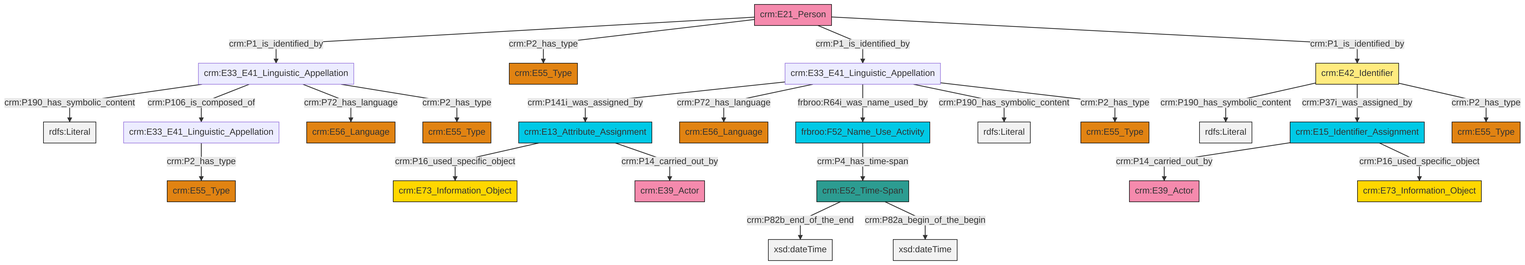
Before: et/personCSV/ttl/mmd/png/Person_Names_and_Classification.png, a diagram exported from Mermaid (swiss-art-research-net/reference-data-models). Its source is kept beside it as et/personCSV/ttl/mmd/Person_Names_and_Classification.ttl.mmd.
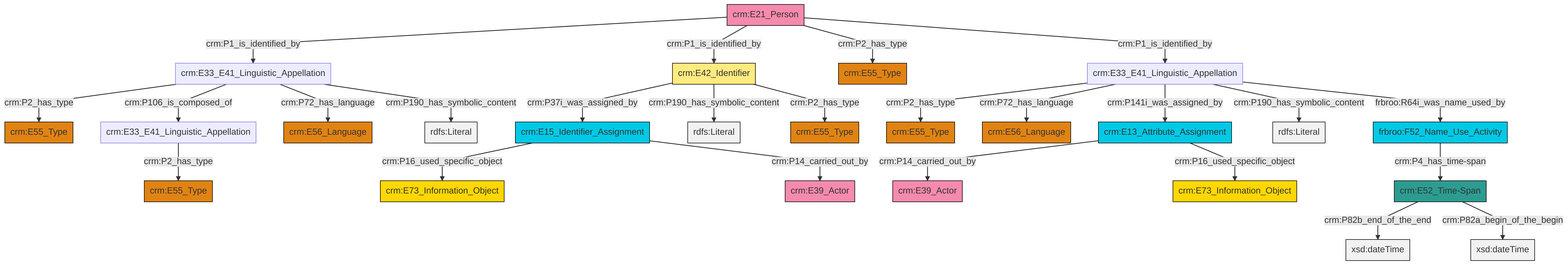
The same diagram one commit later.

Change to the diagram source:
```diff
@@ -13,27 +13,27 @@
 classDef PC_Classes fill:#4ce600, stroke:#000000;
 classDef Multi fill:#cccccc,stroke:#000000;
 
-0["crm:E42_Identifier"]:::Appellation -->|crm:P190_has_symbolic_content| 1[rdfs:Literal]:::Literal
-4["crm:E13_Attribute_Assignment"]:::Temporal_Entity -->|crm:P16_used_specific_object| 5["crm:E73_Information_Object"]:::Conceptual_Object
-6["crm:E15_Identifier_Assignment"]:::Temporal_Entity -->|crm:P14_carried_out_by| 7["crm:E39_Actor"]:::Actor
-0["crm:E42_Identifier"]:::Appellation -->|crm:P37i_was_assigned_by| 6["crm:E15_Identifier_Assignment"]:::Temporal_Entity
-13["crm:E52_Time-Span"]:::Time-Span -->|crm:P82b_end_of_the_end| 14[xsd:dateTime]:::Literal
-15["crm:E33_E41_Linguistic_Appellation"]:::Default -->|crm:P190_has_symbolic_content| 17[rdfs:Literal]:::Literal
-2["crm:E33_E41_Linguistic_Appellation"]:::Default -->|crm:P141i_was_assigned_by| 4["crm:E13_Attribute_Assignment"]:::Temporal_Entity
-19["frbroo:F52_Name_Use_Activity"]:::Temporal_Entity -->|crm:P4_has_time-span| 13["crm:E52_Time-Span"]:::Time-Span
-2["crm:E33_E41_Linguistic_Appellation"]:::Default -->|crm:P72_has_language| 28["crm:E56_Language"]:::Type
-6["crm:E15_Identifier_Assignment"]:::Temporal_Entity -->|crm:P16_used_specific_object| 29["crm:E73_Information_Object"]:::Conceptual_Object
-25["crm:E21_Person"]:::Actor -->|crm:P1_is_identified_by| 15["crm:E33_E41_Linguistic_Appellation"]:::Default
-4["crm:E13_Attribute_Assignment"]:::Temporal_Entity -->|crm:P14_carried_out_by| 38["crm:E39_Actor"]:::Actor
-25["crm:E21_Person"]:::Actor -->|crm:P2_has_type| 32["crm:E55_Type"]:::Type
-30["crm:E33_E41_Linguistic_Appellation"]:::Default -->|crm:P2_has_type| 11["crm:E55_Type"]:::Type
-0["crm:E42_Identifier"]:::Appellation -->|crm:P2_has_type| 20["crm:E55_Type"]:::Type
-13["crm:E52_Time-Span"]:::Time-Span -->|crm:P82a_begin_of_the_begin| 43[xsd:dateTime]:::Literal
-25["crm:E21_Person"]:::Actor -->|crm:P1_is_identified_by| 2["crm:E33_E41_Linguistic_Appellation"]:::Default
-2["crm:E33_E41_Linguistic_Appellation"]:::Default -->|frbroo:R64i_was_name_used_by| 19["frbroo:F52_Name_Use_Activity"]:::Temporal_Entity
-2["crm:E33_E41_Linguistic_Appellation"]:::Default -->|crm:P190_has_symbolic_content| 45[rdfs:Literal]:::Literal
-25["crm:E21_Person"]:::Actor -->|crm:P1_is_identified_by| 0["crm:E42_Identifier"]:::Appellation
-15["crm:E33_E41_Linguistic_Appellation"]:::Default -->|crm:P106_is_composed_of| 30["crm:E33_E41_Linguistic_Appellation"]:::Default
-2["crm:E33_E41_Linguistic_Appellation"]:::Default -->|crm:P2_has_type| 9["crm:E55_Type"]:::Type
-15["crm:E33_E41_Linguistic_Appellation"]:::Default -->|crm:P72_has_language| 36["crm:E56_Language"]:::Type
-15["crm:E33_E41_Linguistic_Appellation"]:::Default -->|crm:P2_has_type| 22["crm:E55_Type"]:::Type
+2["crm:E33_E41_Linguistic_Appellation"]:::Default -->|crm:P2_has_type| 3["crm:E55_Type"]:::Type
+4["crm:E33_E41_Linguistic_Appellation"]:::Default -->|crm:P2_has_type| 5["crm:E55_Type"]:::Type
+6["crm:E33_E41_Linguistic_Appellation"]:::Default -->|crm:P2_has_type| 7["crm:E55_Type"]:::Type
+0["crm:E42_Identifier"]:::Appellation -->|crm:P37i_was_assigned_by| 8["crm:E15_Identifier_Assignment"]:::Temporal_Entity
+9["crm:E52_Time-Span"]:::Time-Span -->|crm:P82b_end_of_the_end| 10[xsd:dateTime]:::Literal
+11["frbroo:F52_Name_Use_Activity"]:::Temporal_Entity -->|crm:P4_has_time-span| 9["crm:E52_Time-Span"]:::Time-Span
+2["crm:E33_E41_Linguistic_Appellation"]:::Default -->|crm:P106_is_composed_of| 6["crm:E33_E41_Linguistic_Appellation"]:::Default
+17["crm:E21_Person"]:::Actor -->|crm:P1_is_identified_by| 2["crm:E33_E41_Linguistic_Appellation"]:::Default
+8["crm:E15_Identifier_Assignment"]:::Temporal_Entity -->|crm:P16_used_specific_object| 19["crm:E73_Information_Object"]:::Conceptual_Object
+9["crm:E52_Time-Span"]:::Time-Span -->|crm:P82a_begin_of_the_begin| 21[xsd:dateTime]:::Literal
+0["crm:E42_Identifier"]:::Appellation -->|crm:P190_has_symbolic_content| 27[rdfs:Literal]:::Literal
+8["crm:E15_Identifier_Assignment"]:::Temporal_Entity -->|crm:P14_carried_out_by| 12["crm:E39_Actor"]:::Actor
+17["crm:E21_Person"]:::Actor -->|crm:P1_is_identified_by| 0["crm:E42_Identifier"]:::Appellation
+4["crm:E33_E41_Linguistic_Appellation"]:::Default -->|crm:P72_has_language| 28["crm:E56_Language"]:::Type
+17["crm:E21_Person"]:::Actor -->|crm:P2_has_type| 30["crm:E55_Type"]:::Type
+4["crm:E33_E41_Linguistic_Appellation"]:::Default -->|crm:P141i_was_assigned_by| 31["crm:E13_Attribute_Assignment"]:::Temporal_Entity
+0["crm:E42_Identifier"]:::Appellation -->|crm:P2_has_type| 33["crm:E55_Type"]:::Type
+2["crm:E33_E41_Linguistic_Appellation"]:::Default -->|crm:P72_has_language| 15["crm:E56_Language"]:::Type
+4["crm:E33_E41_Linguistic_Appellation"]:::Default -->|crm:P190_has_symbolic_content| 39[rdfs:Literal]:::Literal
+4["crm:E33_E41_Linguistic_Appellation"]:::Default -->|frbroo:R64i_was_name_used_by| 11["frbroo:F52_Name_Use_Activity"]:::Temporal_Entity
+31["crm:E13_Attribute_Assignment"]:::Temporal_Entity -->|crm:P14_carried_out_by| 43["crm:E39_Actor"]:::Actor
+2["crm:E33_E41_Linguistic_Appellation"]:::Default -->|crm:P190_has_symbolic_content| 44[rdfs:Literal]:::Literal
+31["crm:E13_Attribute_Assignment"]:::Temporal_Entity -->|crm:P16_used_specific_object| 25["crm:E73_Information_Object"]:::Conceptual_Object
+17["crm:E21_Person"]:::Actor -->|crm:P1_is_identified_by| 4["crm:E33_E41_Linguistic_Appellation"]:::Default
```
